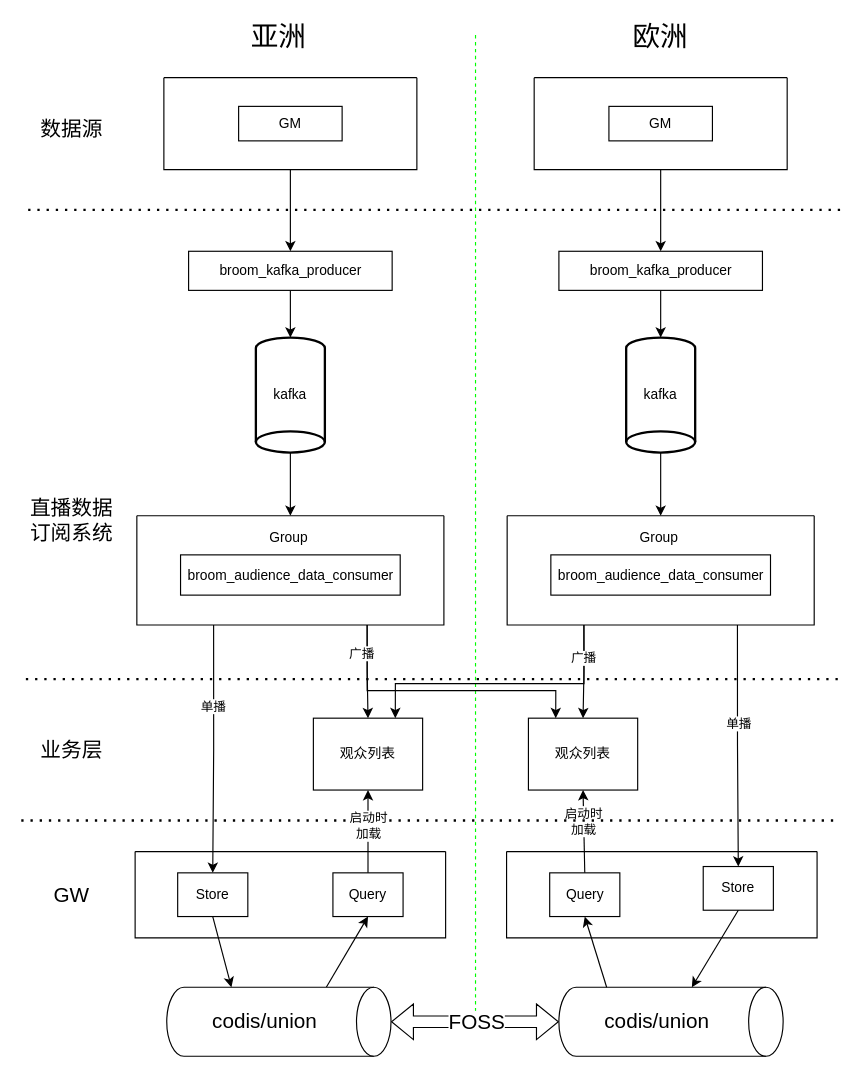
Before: Untitled Diagram.drawio in lawlient/DrawIO, a draw.io diagram. Source tidied: cells renumbered, new cells numbered last; positions are measured from the earlier drawing's top-left corner, leaving out a move shared by most shapes. Both pictures are drawn from the tidied source at 115%, with x=0, y=0 at pixel (21, 20).
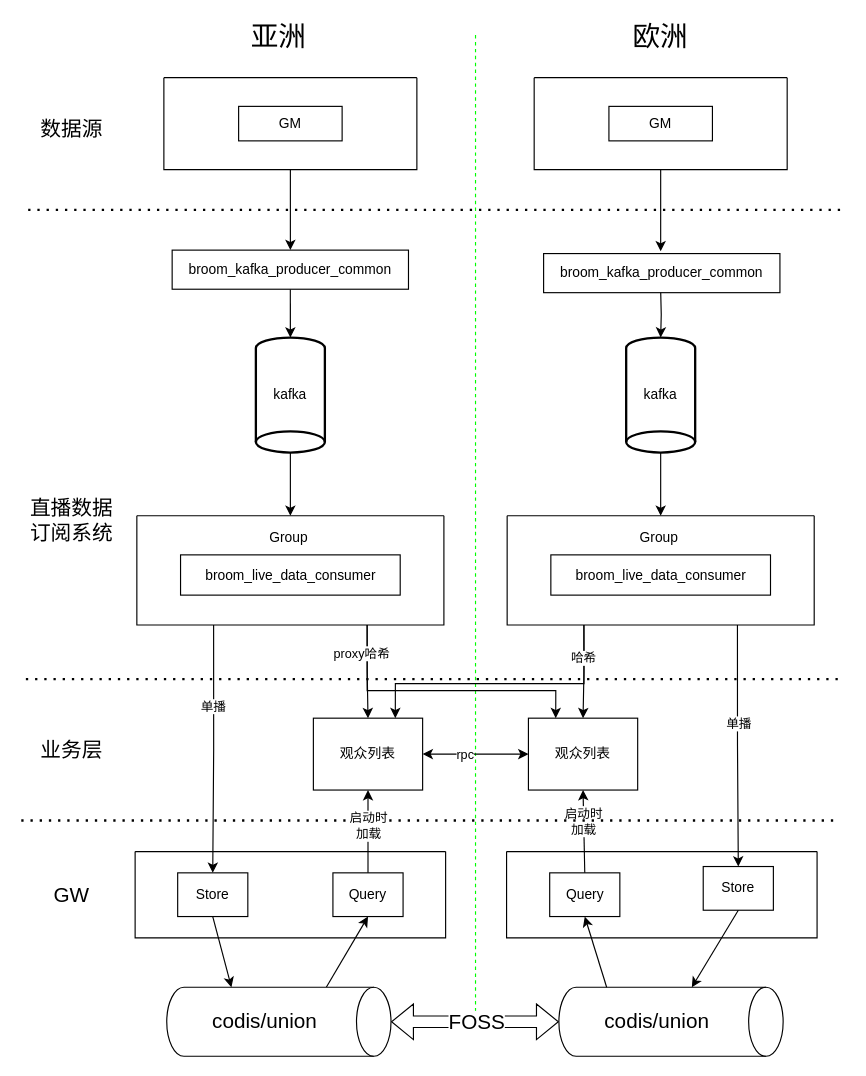
Above is the later version.

Commit message:
观众数据架构图II.drawio

The change refers to these unchanged cells:
```xml
<mxCell id="14" value="kafka" style="strokeWidth=2;html=1;shape=mxgraph.flowchart.direct_data;whiteSpace=wrap;direction=south;" parent="1" vertex="1">
  <mxGeometry x="526" y="276" width="60" height="100" as="geometry" />
</mxCell>
<mxCell id="16" style="swimlane;startSize=0;" parent="1" vertex="1">
  <mxGeometry x="446" y="50" width="220" height="80" as="geometry" />
</mxCell>
<mxCell id="38" value="观众列表" style="rounded=0;whiteSpace=wrap;html=1;" parent="1" vertex="1">
  <mxGeometry x="441" y="607" width="95" height="62.5" as="geometry" />
</mxCell>
<mxCell id="41" value="观众列表" style="rounded=0;whiteSpace=wrap;html=1;" parent="1" vertex="1">
  <mxGeometry x="254" y="607" width="95" height="62.5" as="geometry" />
</mxCell>
<mxCell id="49" style="edgeStyle=orthogonalEdgeStyle;rounded=0;jettySize=auto;html=1;exitX=0.75;exitY=1;exitDx=0;exitDy=0;entryX=0.25;entryY=0;entryDx=0;entryDy=0;" parent="1" edge="1" source="51" target="38">
  <mxGeometry relative="1" as="geometry">
    <Array as="points">
      <mxPoint x="301" y="583" />
      <mxPoint x="465" y="583" />
    </Array>
  </mxGeometry>
</mxCell>
<mxCell id="51" style="swimlane;startSize=0;" parent="1" vertex="1">
  <mxGeometry x="100.5" y="431" width="267" height="95" as="geometry" />
</mxCell>
<mxCell id="55" style="edgeStyle=orthogonalEdgeStyle;rounded=0;jettySize=auto;html=1;exitX=0.25;exitY=1;exitDx=0;exitDy=0;entryX=0.75;entryY=0;entryDx=0;entryDy=0;" parent="1" edge="1" source="59" target="41">
  <mxGeometry relative="1" as="geometry">
    <Array as="points">
      <mxPoint x="489" y="577" />
      <mxPoint x="325" y="577" />
    </Array>
  </mxGeometry>
</mxCell>
<mxCell id="59" style="swimlane;startSize=0;" parent="1" vertex="1">
  <mxGeometry x="422.5" y="431" width="267" height="95" as="geometry" />
</mxCell>
```

Diff of the diagram source:
```diff
@@
-    <mxCell id="15" style="edgeStyle=orthogonalEdgeStyle;rounded=0;jettySize=auto;html=1;exitX=0.5;exitY=1;exitDx=0;exitDy=0;entryX=0.5;entryY=0;entryDx=0;entryDy=0;" parent="1" edge="1" source="16" target="45">
-      <mxGeometry relative="1" as="geometry" />
+    <mxCell id="15" style="edgeStyle=orthogonalEdgeStyle;rounded=0;jettySize=auto;html=1;exitX=0.5;exitY=1;exitDx=0;exitDy=0;entryX=0.5;entryY=0;entryDx=0;entryDy=0;" parent="1" edge="1" source="16">
+      <mxGeometry relative="1" as="geometry">
+        <mxPoint x="556" y="201" as="targetPoint" />
+      </mxGeometry>
     </mxCell>
@@
+    <mxCell id="62" style="edgeStyle=orthogonalEdgeStyle;rounded=0;jettySize=auto;html=1;exitX=1;exitY=0.5;exitDx=0;exitDy=0;entryX=0;entryY=0.5;entryDx=0;entryDy=0;startArrow=classic;startFill=1;" parent="1" edge="1" source="41" target="38">
+      <mxGeometry relative="1" as="geometry" />
+    </mxCell>
+    <mxCell id="63" value="rpc" style="edgeLabel;html=1;align=center;verticalAlign=middle;" parent="62" vertex="1">
+      <mxGeometry x="-0.22" relative="1" as="geometry" />
+    </mxCell>
@@
-    <mxCell id="43" value="broom_kafka_producer" style="rounded=0;whiteSpace=wrap;html=1;" parent="1" vertex="1">
-      <mxGeometry x="145.5" y="201" width="177" height="34" as="geometry" />
+    <mxCell id="43" value="broom_kafka_producer_common" style="rounded=0;whiteSpace=wrap;html=1;" parent="1" vertex="1">
+      <mxGeometry x="131.2" y="200" width="205.5" height="34" as="geometry" />
     </mxCell>
-    <mxCell id="44" style="edgeStyle=orthogonalEdgeStyle;rounded=0;jettySize=auto;html=1;exitX=0.5;exitY=1;exitDx=0;exitDy=0;entryX=0;entryY=0.5;entryDx=0;entryDy=0;entryPerimeter=0;" parent="1" edge="1" source="45" target="14">
-      <mxGeometry relative="1" as="geometry" />
+    <mxCell id="44" style="edgeStyle=orthogonalEdgeStyle;rounded=0;jettySize=auto;html=1;exitX=0.5;exitY=1;exitDx=0;exitDy=0;entryX=0;entryY=0.5;entryDx=0;entryDy=0;entryPerimeter=0;" parent="1" edge="1" target="14">
+      <mxGeometry relative="1" as="geometry">
+        <mxPoint x="556" y="235" as="sourcePoint" />
+      </mxGeometry>
     </mxCell>
-    <mxCell id="45" value="broom_kafka_producer" style="rounded=0;whiteSpace=wrap;html=1;" parent="1" vertex="1">
-      <mxGeometry x="467.5" y="201" width="177" height="34" as="geometry" />
-    </mxCell>
@@
-    <mxCell id="50" value="广播" style="edgeLabel;html=1;align=center;verticalAlign=middle;" parent="49" vertex="1">
+    <mxCell id="50" value="proxy哈希" style="edgeLabel;html=1;align=center;verticalAlign=middle;" parent="49" vertex="1">
       <mxGeometry x="-0.46" relative="1" as="geometry">
         <mxPoint x="-14" y="-33" as="offset" />
       </mxGeometry>
     </mxCell>
@@
-    <mxCell id="52" value="broom_audience_data_consumer" style="rounded=0;whiteSpace=wrap;html=1;" parent="51" vertex="1">
+    <mxCell id="52" value="broom_live_data_consumer" style="rounded=0;whiteSpace=wrap;html=1;" parent="51" vertex="1">
       <mxGeometry x="38" y="34" width="191" height="35" as="geometry" />
     </mxCell>
@@
-    <mxCell id="56" value="广播" style="edgeLabel;html=1;align=center;verticalAlign=middle;" parent="55" vertex="1">
+    <mxCell id="56" value="哈希" style="edgeLabel;html=1;align=center;verticalAlign=middle;" parent="55" vertex="1">
       <mxGeometry x="-0.43" y="1" relative="1" as="geometry">
         <mxPoint x="18" y="-24" as="offset" />
       </mxGeometry>
     </mxCell>
@@
-    <mxCell id="60" value="broom_audience_data_consumer" style="rounded=0;whiteSpace=wrap;html=1;" parent="59" vertex="1">
+    <mxCell id="60" value="broom_live_data_consumer" style="rounded=0;whiteSpace=wrap;html=1;" parent="59" vertex="1">
       <mxGeometry x="38" y="34" width="191" height="35" as="geometry" />
     </mxCell>
@@
+    <mxCell id="64" value="broom_kafka_producer_common" style="rounded=0;whiteSpace=wrap;html=1;" parent="1" vertex="1">
+      <mxGeometry x="454.2" y="203" width="205.5" height="34" as="geometry" />
+    </mxCell>
```
